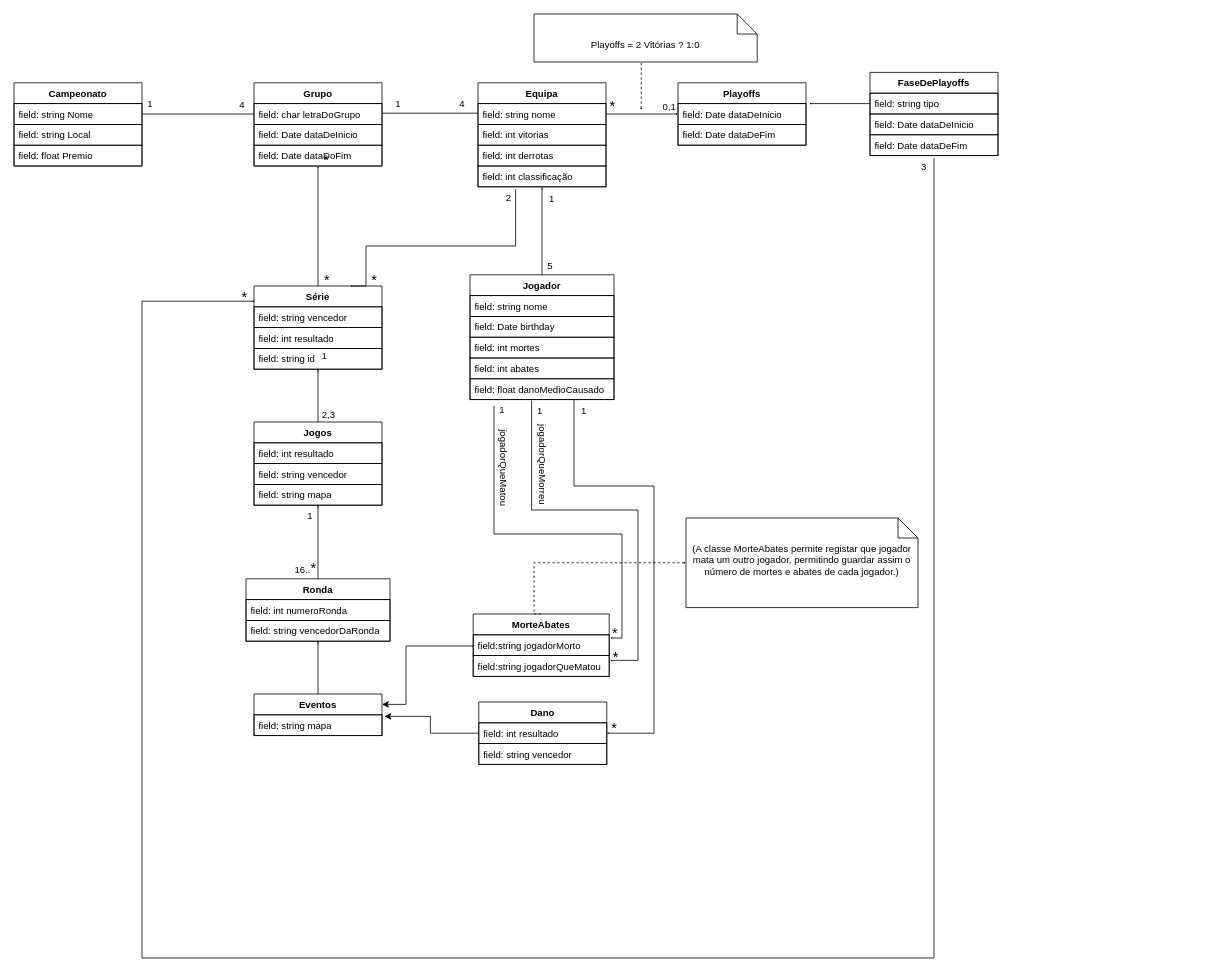
Earlier version of the draw.io diagram CampeonatoCS.drawio (esperaumbocado/Project_BD). Source tidied: cells renumbered, new cells numbered last; positions are measured from the earlier drawing's top-left corner, leaving out a move shared by most shapes. Both pictures are drawn from the tidied source at 80%, with x=0, y=0 at pixel (14, 14).
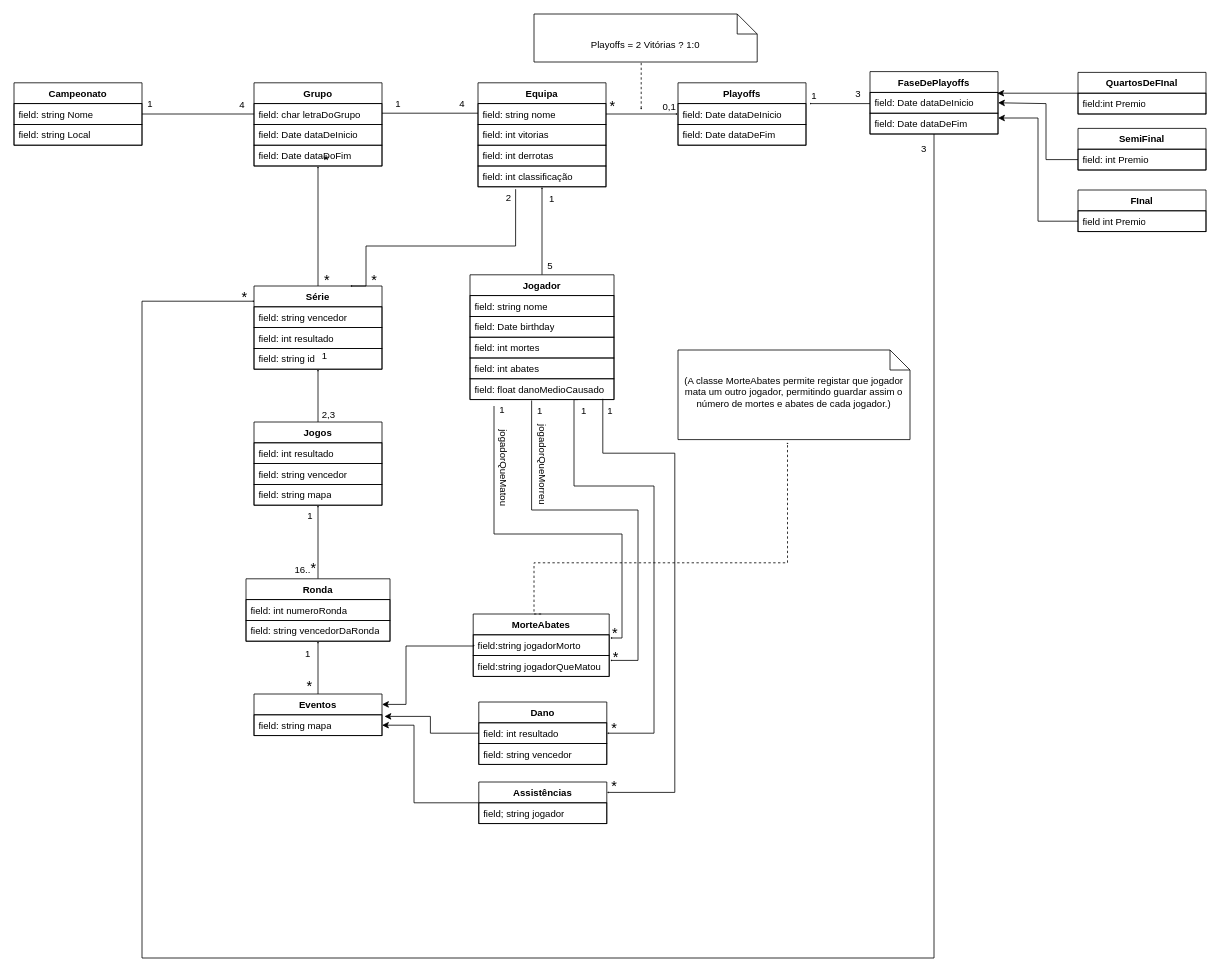
After the change.

Unchanged cells that the change refers to:
```xml
<mxCell id="23" value="Série" style="swimlane;fontStyle=1;align=center;verticalAlign=top;horizontal=1;startSize=26;whiteSpace=wrap;html=1;" parent="1" vertex="1">
  <mxGeometry x="300" y="340" width="160" height="104" as="geometry" />
</mxCell>
<mxCell id="47" value="field: Date dataDeInicio" style="text;strokeColor=default;fillColor=none;align=left;verticalAlign=top;spacingLeft=4;spacingRight=4;overflow=hidden;points=[[0,0.5],[1,0.5]];portConstraint=eastwest;whiteSpace=wrap;html=1;" parent="46" vertex="1">
  <mxGeometry y="26" width="160" height="26" as="geometry" />
</mxCell>
<mxCell id="63" value="MorteAbates" style="swimlane;fontStyle=1;align=center;verticalAlign=top;horizontal=1;startSize=26;whiteSpace=wrap;html=1;" parent="1" vertex="1">
  <mxGeometry x="574" y="750" width="170" height="78" as="geometry" />
</mxCell>
<mxCell id="70" value="Eventos" style="swimlane;fontStyle=1;align=center;verticalAlign=top;horizontal=1;startSize=26;whiteSpace=wrap;html=1;" parent="1" vertex="1">
  <mxGeometry x="300" y="850" width="160" height="52" as="geometry" />
</mxCell>
```

Change to the diagram source:
```diff
@@
     <mxCell id="3" value="&lt;div&gt;Campeonato&lt;/div&gt;&lt;div&gt;&lt;br&gt;&lt;/div&gt;" style="swimlane;fontStyle=1;align=center;verticalAlign=top;horizontal=1;startSize=26;whiteSpace=wrap;html=1;" parent="1" vertex="1">
-      <mxGeometry y="86" width="160" height="104" as="geometry" />
+      <mxGeometry y="86" width="160" height="78" as="geometry" />
     </mxCell>
@@
-    <mxCell id="6" value="field: float Premio" style="text;strokeColor=default;fillColor=none;align=left;verticalAlign=top;spacingLeft=4;spacingRight=4;overflow=hidden;whiteSpace=wrap;html=1;" parent="3" vertex="1">
-      <mxGeometry y="78" width="160" height="26" as="geometry" />
-    </mxCell>
@@
+    <mxCell id="94" style="edgeStyle=orthogonalEdgeStyle;rounded=0;jettySize=auto;html=1;exitX=1;exitY=1;exitDx=0;exitDy=0;entryX=1;entryY=0.25;entryDx=0;entryDy=0;endSize=0;" parent="1" edge="1" target="109">
+      <mxGeometry relative="1" as="geometry">
+        <mxPoint x="736" y="481" as="sourcePoint" />
+        <Array as="points">
+          <mxPoint x="736" y="549" />
+          <mxPoint x="826" y="549" />
+          <mxPoint x="826" y="973" />
+        </Array>
+      </mxGeometry>
+    </mxCell>
@@
     <mxCell id="54" value="(A classe MorteAbates permite registar que jogador mata um outro jogador, permitindo guardar assim o número de mortes e abates de cada jogador.)" style="shape=note2;boundedLbl=1;whiteSpace=wrap;html=1;size=25;verticalAlign=top;align=center;" parent="1" vertex="1">
-      <mxGeometry x="840" y="630" width="290" height="112" as="geometry" />
+      <mxGeometry x="830" y="420" width="290" height="112" as="geometry" />
     </mxCell>
@@
     <mxCell id="82" value="FaseDePlayoffs" style="swimlane;fontStyle=1;align=center;verticalAlign=top;horizontal=1;startSize=26;whiteSpace=wrap;html=1;" parent="1" vertex="1">
-      <mxGeometry x="1070" y="73" width="160" height="104" as="geometry" />
+      <mxGeometry x="1070" y="72" width="160" height="78" as="geometry" />
     </mxCell>
-    <mxCell id="83" value="&lt;div&gt;field: string tipo&lt;br&gt;&lt;/div&gt;" style="text;strokeColor=default;fillColor=none;align=left;verticalAlign=top;spacingLeft=4;spacingRight=4;overflow=hidden;points=[[0,0.5],[1,0.5]];portConstraint=eastwest;whiteSpace=wrap;html=1;" parent="82" vertex="1">
-      <mxGeometry y="26" width="160" height="26" as="geometry" />
-    </mxCell>
     <mxCell id="84" value="field: Date dataDeInicio " style="text;strokeColor=default;fillColor=none;align=left;verticalAlign=top;spacingLeft=4;spacingRight=4;overflow=hidden;whiteSpace=wrap;html=1;" parent="82" vertex="1">
-      <mxGeometry y="52" width="160" height="26" as="geometry" />
+      <mxGeometry y="26" width="160" height="26" as="geometry" />
     </mxCell>
     <mxCell id="85" value="field: Date dataDeFim" style="text;strokeColor=default;fillColor=none;align=left;verticalAlign=top;spacingLeft=4;spacingRight=4;overflow=hidden;points=[[0,0.5],[1,0.5]];portConstraint=eastwest;whiteSpace=wrap;html=1;" parent="82" vertex="1">
-      <mxGeometry y="78" width="160" height="26" as="geometry" />
+      <mxGeometry y="52" width="160" height="26" as="geometry" />
     </mxCell>
-    <mxCell id="86" style="edgeStyle=orthogonalEdgeStyle;rounded=0;jettySize=auto;html=1;exitX=0;exitY=0.5;exitDx=0;exitDy=0;entryX=1.025;entryY=0;entryDx=0;entryDy=0;entryPerimeter=0;endSize=0;" parent="1" edge="1" source="83" target="47">
+    <mxCell id="86" style="edgeStyle=orthogonalEdgeStyle;rounded=0;jettySize=auto;html=1;exitX=0;exitY=0.5;exitDx=0;exitDy=0;entryX=1.025;entryY=0;entryDx=0;entryDy=0;entryPerimeter=0;endSize=0;" parent="1" edge="1" target="47">
       <mxGeometry relative="1" as="geometry">
+        <mxPoint x="1070" y="112" as="sourcePoint" />
         <Array as="points">
           <mxPoint x="1010" y="112" />
           <mxPoint x="1010" y="112" />
         </Array>
       </mxGeometry>
     </mxCell>
@@
-    <mxCell id="88" style="edgeStyle=orthogonalEdgeStyle;rounded=0;jettySize=auto;html=1;entryX=0.006;entryY=0.183;entryDx=0;entryDy=0;entryPerimeter=0;endSize=0;" parent="1" edge="1" target="23">
+    <mxCell id="88" style="edgeStyle=orthogonalEdgeStyle;rounded=0;jettySize=auto;html=1;entryX=0.006;entryY=0.183;entryDx=0;entryDy=0;entryPerimeter=0;endSize=0;exitX=0.5;exitY=1;exitDx=0;exitDy=0;" parent="1" edge="1" source="82" target="23">
       <mxGeometry relative="1" as="geometry">
-        <mxPoint x="1150" y="180" as="sourcePoint" />
         <Array as="points">
           <mxPoint x="1150" y="1180" />
           <mxPoint x="160" y="1180" />
           <mxPoint x="160" y="359" />
         </Array>
       </mxGeometry>
     </mxCell>
     <mxCell id="89" value="3" style="text;html=1;align=center;verticalAlign=middle;strokeColor=none;fillColor=none;" parent="1" vertex="1">
-      <mxGeometry x="1122" y="177" width="30" height="30" as="geometry" />
+      <mxGeometry x="1122" y="154" width="30" height="30" as="geometry" />
     </mxCell>
@@
-    <mxCell id="91" style="edgeStyle=segmentEdgeStyle;endArrow=classic;html=1;curved=0;rounded=0;endSize=0;startSize=8;sourcePerimeterSpacing=0;targetPerimeterSpacing=0;exitX=0.5;exitY=0;exitDx=0;exitDy=0;entryX=0;entryY=0.5;entryDx=0;entryDy=0;entryPerimeter=0;dashed=1;" parent="1" edge="1" source="63" target="54">
+    <mxCell id="91" style="edgeStyle=segmentEdgeStyle;endArrow=classic;html=1;curved=0;rounded=0;endSize=0;startSize=8;sourcePerimeterSpacing=0;targetPerimeterSpacing=0;exitX=0.5;exitY=0;exitDx=0;exitDy=0;entryX=0.472;entryY=1.027;entryDx=0;entryDy=0;entryPerimeter=0;dashed=1;" parent="1" edge="1" source="63" target="54">
       <mxGeometry relative="1" as="geometry">
         <Array as="points">
           <mxPoint x="650" y="750" />
           <mxPoint x="650" y="686" />
+          <mxPoint x="967" y="686" />
         </Array>
       </mxGeometry>
     </mxCell>
@@
+    <mxCell id="95" value="QuartosDeFInal" style="swimlane;fontStyle=1;align=center;verticalAlign=top;horizontal=1;startSize=26;whiteSpace=wrap;html=1;" parent="1" vertex="1">
+      <mxGeometry x="1330" y="73" width="160" height="52" as="geometry" />
+    </mxCell>
+    <mxCell id="96" value="field:int Premio" style="text;strokeColor=default;fillColor=none;align=left;verticalAlign=top;spacingLeft=4;spacingRight=4;overflow=hidden;whiteSpace=wrap;html=1;" parent="95" vertex="1">
+      <mxGeometry y="26" width="160" height="26" as="geometry" />
+    </mxCell>
+    <mxCell id="97" value="SemiFinal" style="swimlane;fontStyle=1;align=center;verticalAlign=top;horizontal=1;startSize=26;whiteSpace=wrap;html=1;" parent="1" vertex="1">
+      <mxGeometry x="1330" y="143" width="160" height="52" as="geometry" />
+    </mxCell>
+    <mxCell id="98" value="field: int Premio" style="text;strokeColor=default;fillColor=none;align=left;verticalAlign=top;spacingLeft=4;spacingRight=4;overflow=hidden;points=[[0,0.5],[1,0.5]];portConstraint=eastwest;whiteSpace=wrap;html=1;" parent="97" vertex="1">
+      <mxGeometry y="26" width="160" height="26" as="geometry" />
+    </mxCell>
+    <mxCell id="99" value="FInal" style="swimlane;fontStyle=1;align=center;verticalAlign=top;horizontal=1;startSize=26;whiteSpace=wrap;html=1;" parent="1" vertex="1">
+      <mxGeometry x="1330" y="220" width="160" height="52" as="geometry" />
+    </mxCell>
+    <mxCell id="100" value="field int Premio" style="text;strokeColor=default;fillColor=none;align=left;verticalAlign=top;spacingLeft=4;spacingRight=4;overflow=hidden;points=[[0,0.5],[1,0.5]];portConstraint=eastwest;whiteSpace=wrap;html=1;" parent="99" vertex="1">
+      <mxGeometry y="26" width="160" height="26" as="geometry" />
+    </mxCell>
+    <mxCell id="101" style="edgeStyle=orthogonalEdgeStyle;rounded=0;jettySize=auto;html=1;entryX=1;entryY=0.231;entryDx=0;entryDy=0;entryPerimeter=0;" parent="1" edge="1" source="100" target="85">
+      <mxGeometry relative="1" as="geometry" />
+    </mxCell>
+    <mxCell id="102" style="edgeStyle=orthogonalEdgeStyle;rounded=0;jettySize=auto;html=1;entryX=1;entryY=0.5;entryDx=0;entryDy=0;" parent="1" edge="1" source="98" target="82">
+      <mxGeometry relative="1" as="geometry">
+        <Array as="points">
+          <mxPoint x="1290" y="182" />
+          <mxPoint x="1290" y="112" />
+        </Array>
+      </mxGeometry>
+    </mxCell>
+    <mxCell id="103" style="edgeStyle=orthogonalEdgeStyle;rounded=0;jettySize=auto;html=1;entryX=0.994;entryY=0.346;entryDx=0;entryDy=0;entryPerimeter=0;" parent="1" edge="1" source="95" target="82">
+      <mxGeometry relative="1" as="geometry" />
+    </mxCell>
+    <mxCell id="104" value="1" style="text;html=1;align=center;verticalAlign=middle;strokeColor=none;fillColor=none;" parent="1" vertex="1">
+      <mxGeometry x="352" y="785" width="30" height="30" as="geometry" />
+    </mxCell>
+    <mxCell id="105" value="&lt;font style=&quot;font-size: 18px;&quot;&gt;*&lt;/font&gt;" style="text;html=1;align=center;verticalAlign=middle;strokeColor=none;fillColor=none;" parent="1" vertex="1">
+      <mxGeometry x="354" y="821" width="30" height="40" as="geometry" />
+    </mxCell>
+    <mxCell id="106" value="1" style="text;html=1;align=center;verticalAlign=middle;strokeColor=none;fillColor=none;" parent="1" vertex="1">
+      <mxGeometry x="985" y="88" width="30" height="30" as="geometry" />
+    </mxCell>
+    <mxCell id="107" value="3" style="text;html=1;align=center;verticalAlign=middle;strokeColor=none;fillColor=none;" parent="1" vertex="1">
+      <mxGeometry x="1040" y="85" width="30" height="30" as="geometry" />
+    </mxCell>
+    <mxCell id="108" style="edgeStyle=orthogonalEdgeStyle;rounded=0;jettySize=auto;html=1;entryX=1;entryY=0.75;entryDx=0;entryDy=0;" parent="1" edge="1" source="109" target="70">
+      <mxGeometry relative="1" as="geometry">
+        <Array as="points">
+          <mxPoint x="500" y="986" />
+          <mxPoint x="500" y="889" />
+        </Array>
+      </mxGeometry>
+    </mxCell>
+    <mxCell id="109" value="Assistências" style="swimlane;fontStyle=1;align=center;verticalAlign=top;horizontal=1;startSize=26;whiteSpace=wrap;html=1;" parent="1" vertex="1">
+      <mxGeometry x="581" y="960" width="160" height="52" as="geometry" />
+    </mxCell>
+    <mxCell id="110" value="field; string jogador" style="text;strokeColor=default;fillColor=none;align=left;verticalAlign=top;spacingLeft=4;spacingRight=4;overflow=hidden;whiteSpace=wrap;html=1;" parent="109" vertex="1">
+      <mxGeometry y="26" width="160" height="26" as="geometry" />
+    </mxCell>
+    <mxCell id="111" value="1" style="text;html=1;align=center;verticalAlign=middle;strokeColor=none;fillColor=none;" parent="1" vertex="1">
+      <mxGeometry x="730" y="481" width="30" height="30" as="geometry" />
+    </mxCell>
+    <mxCell id="112" value="&lt;font style=&quot;font-size: 18px;&quot;&gt;*&lt;/font&gt;" style="text;html=1;align=center;verticalAlign=middle;strokeColor=none;fillColor=none;" parent="1" vertex="1">
+      <mxGeometry x="735" y="946" width="30" height="40" as="geometry" />
+    </mxCell>
```
